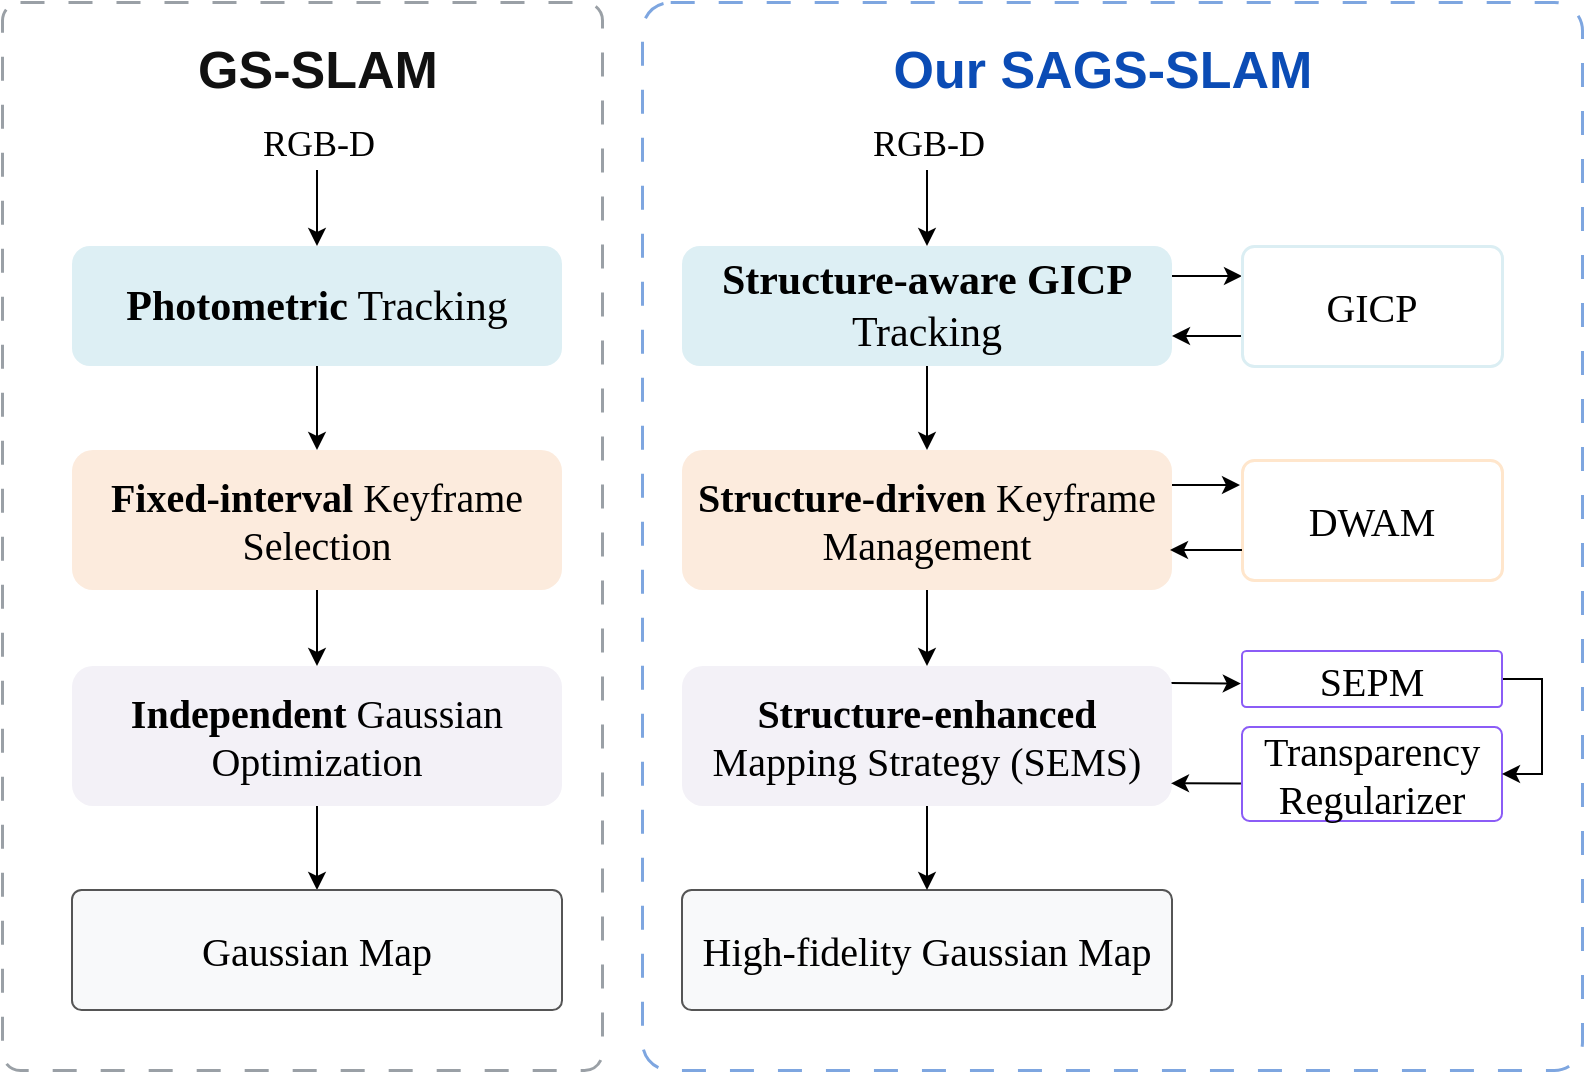
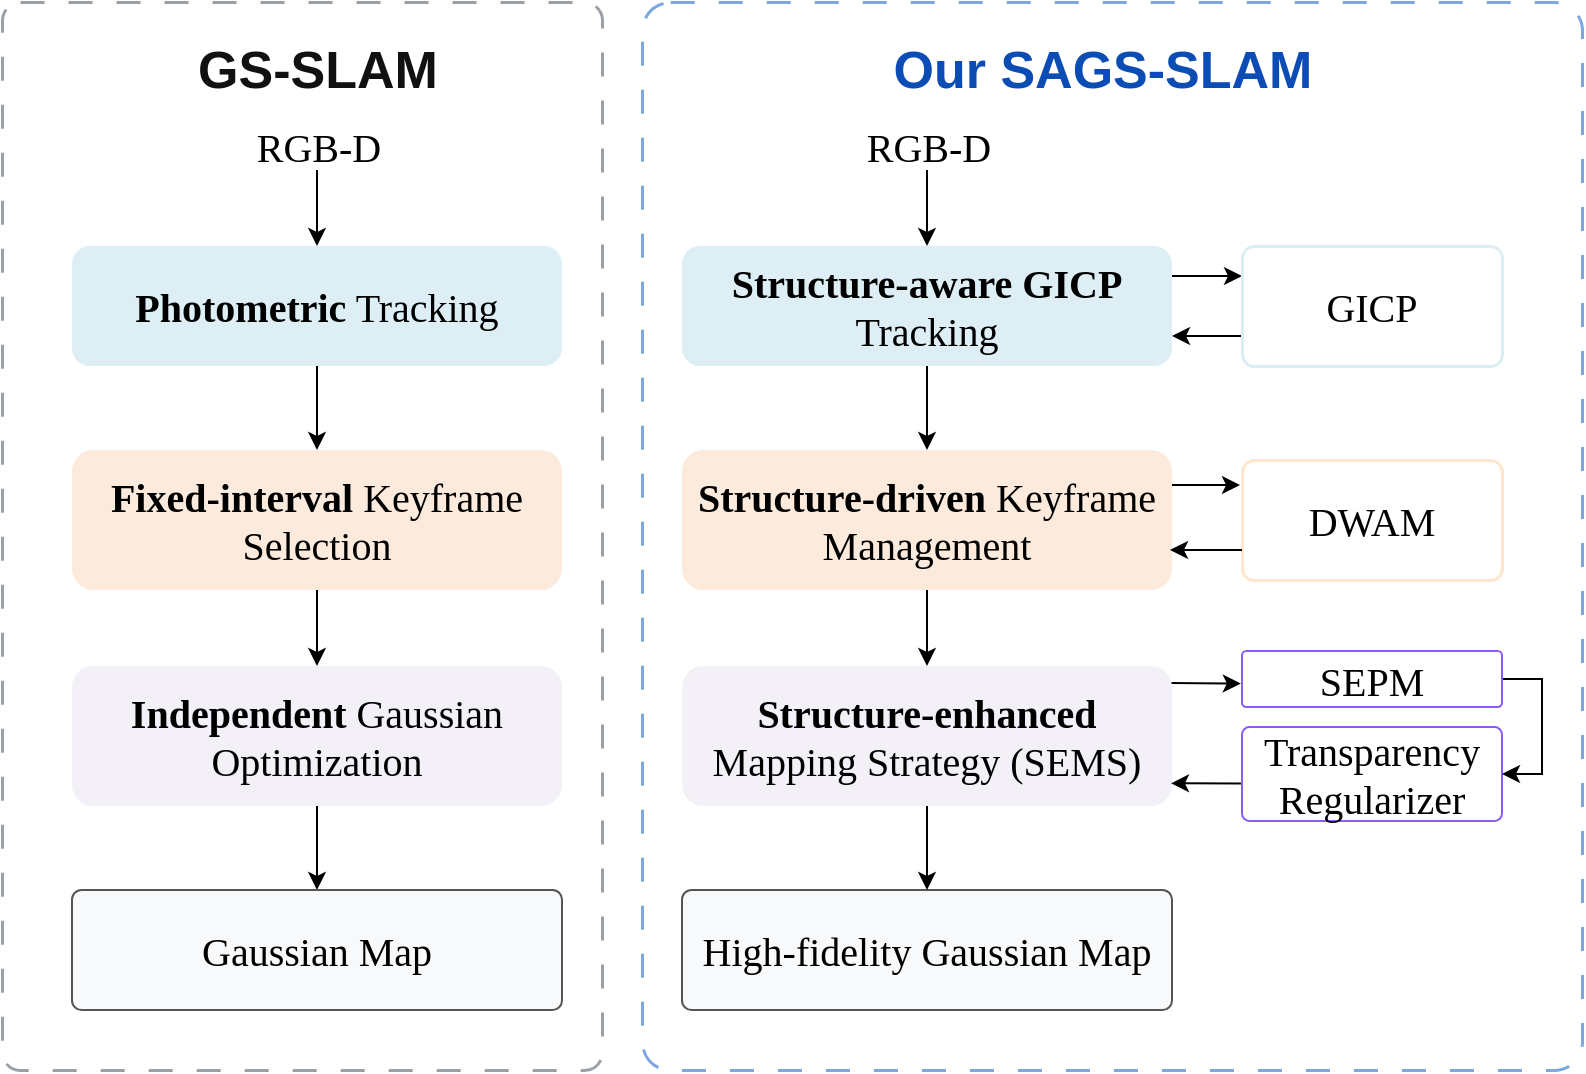
<mxfile host="app.diagrams.net" agent="ChatGPT">
  <diagram id="sags-slam-clean" name="SAGS-SLAM comparison">
-     <mxGraphModel dx="1201" dy="701" grid="1" gridSize="10" guides="1" tooltips="1" connect="1" arrows="1" fold="1" page="1" pageScale="1" pageWidth="1500" pageHeight="820" math="0" shadow="0">
+     <mxGraphModel dx="1413" dy="825" grid="1" gridSize="10" guides="1" tooltips="1" connect="1" arrows="1" fold="1" page="1" pageScale="1" pageWidth="1500" pageHeight="820" math="0" shadow="0">
      <root>
        <mxCell id="0" />
        <mxCell id="1" parent="0" />
        <mxCell id="NtAUvYZPElV6CXHO8smb-39" parent="1" style="rounded=1;whiteSpace=wrap;html=1;fillColor=#ffffff;strokeColor=#7EA6E0;strokeWidth=1.5;arcSize=3;dashed=1;dashPattern=8 8;" value="" vertex="1">
          <mxGeometry height="534" width="470" x="700" y="120" as="geometry" />
        </mxCell>
        <mxCell id="NtAUvYZPElV6CXHO8smb-38" parent="1" style="rounded=1;whiteSpace=wrap;html=1;fillColor=#ffffff;strokeColor=#9aa0a6;strokeWidth=1.5;arcSize=3;dashed=1;dashPattern=8 8;" value="" vertex="1">
          <mxGeometry height="534" width="300" x="380" y="120" as="geometry" />
        </mxCell>
        <mxCell id="dwam" parent="1" style="rounded=1;whiteSpace=wrap;html=1;fillColor=default;strokeColor=light-dark(#FFE6CC,#FFE6CC);strokeWidth=1.5;fontSize=20;fontStyle=0;fontColor=light-dark(#000000, #52ae74);arcSize=10;fontFamily=Times New Roman;" value="&lt;font&gt;DWAM&lt;/font&gt;" vertex="1">
          <mxGeometry height="60" width="130" x="1000" y="349" as="geometry" />
        </mxCell>
-         <mxCell id="NtAUvYZPElV6CXHO8smb-23" edge="1" parent="1" source="v7h4h7ojU7Engd1S7404-5" style="edgeStyle=orthogonalEdgeStyle;rounded=0;orthogonalLoop=1;jettySize=auto;html=1;exitX=0.5;exitY=1;exitDx=0;exitDy=0;" target="v7h4h7ojU7Engd1S7404-8">
+         <mxCell id="NtAUvYZPElV6CXHO8smb-23" edge="1" parent="1" source="v7h4h7ojU7Engd1S7404-5" style="edgeStyle=orthogonalEdgeStyle;rounded=0;orthogonalLoop=1;jettySize=auto;html=1;exitX=0.5;exitY=1;exitDx=0;exitDy=0;fontSize=20;" target="v7h4h7ojU7Engd1S7404-8">
          <mxGeometry relative="1" as="geometry" />
        </mxCell>
-         <mxCell id="v7h4h7ojU7Engd1S7404-5" parent="1" style="text;html=1;strokeColor=none;fillColor=none;align=center;fontSize=18;fontFamily=Times New Roman;" value="RGB-D" vertex="1">
+         <mxCell id="v7h4h7ojU7Engd1S7404-5" parent="1" style="text;html=1;strokeColor=none;fillColor=none;align=center;fontSize=20;fontFamily=Times New Roman;" value="RGB-D" vertex="1">
          <mxGeometry height="30" width="70" x="502.5" y="174" as="geometry" />
        </mxCell>
-         <mxCell id="NtAUvYZPElV6CXHO8smb-20" edge="1" parent="1" source="v7h4h7ojU7Engd1S7404-8" style="edgeStyle=orthogonalEdgeStyle;rounded=0;orthogonalLoop=1;jettySize=auto;html=1;exitX=0.5;exitY=1;exitDx=0;exitDy=0;" target="v7h4h7ojU7Engd1S7404-9">
+         <mxCell id="NtAUvYZPElV6CXHO8smb-20" edge="1" parent="1" source="v7h4h7ojU7Engd1S7404-8" style="edgeStyle=orthogonalEdgeStyle;rounded=0;orthogonalLoop=1;jettySize=auto;html=1;exitX=0.5;exitY=1;exitDx=0;exitDy=0;fontSize=20;" target="v7h4h7ojU7Engd1S7404-9">
          <mxGeometry relative="1" as="geometry" />
        </mxCell>
-         <mxCell id="v7h4h7ojU7Engd1S7404-8" parent="1" style="rounded=1;whiteSpace=wrap;html=1;fillColor=#DDEFF4;strokeColor=none;fontSize=21;fontFamily=Times New Roman;arcSize=15;" value="&lt;b&gt;Photometric&lt;/b&gt; Tracking" vertex="1">
+         <mxCell id="v7h4h7ojU7Engd1S7404-8" parent="1" style="rounded=1;whiteSpace=wrap;html=1;fillColor=#DDEFF4;strokeColor=none;fontSize=20;fontFamily=Times New Roman;arcSize=15;" value="&lt;b&gt;Photometric&lt;/b&gt; Tracking" vertex="1">
          <mxGeometry height="60" width="245" x="415" y="242" as="geometry" />
        </mxCell>
-         <mxCell id="NtAUvYZPElV6CXHO8smb-21" edge="1" parent="1" source="v7h4h7ojU7Engd1S7404-9" style="edgeStyle=orthogonalEdgeStyle;rounded=0;orthogonalLoop=1;jettySize=auto;html=1;exitX=0.5;exitY=1;exitDx=0;exitDy=0;entryX=0.5;entryY=0;entryDx=0;entryDy=0;" target="v7h4h7ojU7Engd1S7404-10">
+         <mxCell id="NtAUvYZPElV6CXHO8smb-21" edge="1" parent="1" source="v7h4h7ojU7Engd1S7404-9" style="edgeStyle=orthogonalEdgeStyle;rounded=0;orthogonalLoop=1;jettySize=auto;html=1;exitX=0.5;exitY=1;exitDx=0;exitDy=0;entryX=0.5;entryY=0;entryDx=0;entryDy=0;fontSize=20;" target="v7h4h7ojU7Engd1S7404-10">
          <mxGeometry relative="1" as="geometry" />
        </mxCell>
        <mxCell id="v7h4h7ojU7Engd1S7404-9" parent="1" style="rounded=1;whiteSpace=wrap;html=1;fillColor=light-dark(#FCEBDD,#F0FFF4);strokeColor=none;fontSize=20;fontFamily=Times New Roman;arcSize=15;" value="&lt;b&gt;Fixed-interval&lt;/b&gt; Keyframe&lt;br&gt;Selection" vertex="1">
          <mxGeometry height="70" width="245" x="415" y="344" as="geometry" />
        </mxCell>
-         <mxCell id="NtAUvYZPElV6CXHO8smb-22" edge="1" parent="1" source="v7h4h7ojU7Engd1S7404-10" style="edgeStyle=orthogonalEdgeStyle;rounded=0;orthogonalLoop=1;jettySize=auto;html=1;exitX=0.5;exitY=1;exitDx=0;exitDy=0;entryX=0.5;entryY=0;entryDx=0;entryDy=0;" target="NtAUvYZPElV6CXHO8smb-1">
+         <mxCell id="NtAUvYZPElV6CXHO8smb-22" edge="1" parent="1" source="v7h4h7ojU7Engd1S7404-10" style="edgeStyle=orthogonalEdgeStyle;rounded=0;orthogonalLoop=1;jettySize=auto;html=1;exitX=0.5;exitY=1;exitDx=0;exitDy=0;entryX=0.5;entryY=0;entryDx=0;entryDy=0;fontSize=20;" target="NtAUvYZPElV6CXHO8smb-1">
          <mxGeometry relative="1" as="geometry" />
        </mxCell>
        <mxCell id="v7h4h7ojU7Engd1S7404-10" parent="1" style="rounded=1;whiteSpace=wrap;html=1;fillColor=#F3F1F7;strokeColor=none;fontSize=20;fontFamily=Times New Roman;arcSize=15;" value="&lt;b&gt;Independent&lt;/b&gt; Gaussian&lt;br&gt;Optimization" vertex="1">
          <mxGeometry height="70" width="245" x="415" y="452" as="geometry" />
        </mxCell>
        <mxCell id="NtAUvYZPElV6CXHO8smb-1" parent="1" style="rounded=1;whiteSpace=wrap;html=1;fillColor=#f8f9fa;strokeColor=#555555;fontSize=20;fontStyle=0;arcSize=8;fontFamily=Times New Roman;" value="Gaussian Map" vertex="1">
          <mxGeometry height="60" width="245" x="415" y="564" as="geometry" />
        </mxCell>
        <mxCell id="NtAUvYZPElV6CXHO8smb-2" parent="1" style="rounded=1;whiteSpace=wrap;html=1;fillColor=#f8f9fa;strokeColor=#555555;fontSize=20;fontStyle=0;arcSize=8;fontFamily=Times New Roman;" value="&lt;font&gt;High-fidelity Gaussian Map&lt;/font&gt;" vertex="1">
          <mxGeometry height="60" width="245" x="720" y="564" as="geometry" />
        </mxCell>
-         <mxCell id="NtAUvYZPElV6CXHO8smb-25" edge="1" parent="1" source="NtAUvYZPElV6CXHO8smb-3" style="edgeStyle=orthogonalEdgeStyle;rounded=0;orthogonalLoop=1;jettySize=auto;html=1;entryX=0.5;entryY=0;entryDx=0;entryDy=0;" target="NtAUvYZPElV6CXHO8smb-4">
+         <mxCell id="NtAUvYZPElV6CXHO8smb-25" edge="1" parent="1" source="NtAUvYZPElV6CXHO8smb-3" style="edgeStyle=orthogonalEdgeStyle;rounded=0;orthogonalLoop=1;jettySize=auto;html=1;entryX=0.5;entryY=0;entryDx=0;entryDy=0;fontSize=20;" target="NtAUvYZPElV6CXHO8smb-4">
          <mxGeometry relative="1" as="geometry" />
        </mxCell>
-         <mxCell id="NtAUvYZPElV6CXHO8smb-28" edge="1" parent="1" source="NtAUvYZPElV6CXHO8smb-3" style="edgeStyle=orthogonalEdgeStyle;rounded=0;orthogonalLoop=1;jettySize=auto;html=1;exitX=1;exitY=0.25;exitDx=0;exitDy=0;entryX=0;entryY=0.25;entryDx=0;entryDy=0;" target="NtAUvYZPElV6CXHO8smb-18">
+         <mxCell id="NtAUvYZPElV6CXHO8smb-28" edge="1" parent="1" source="NtAUvYZPElV6CXHO8smb-3" style="edgeStyle=orthogonalEdgeStyle;rounded=0;orthogonalLoop=1;jettySize=auto;html=1;exitX=1;exitY=0.25;exitDx=0;exitDy=0;entryX=0;entryY=0.25;entryDx=0;entryDy=0;fontSize=20;" target="NtAUvYZPElV6CXHO8smb-18">
          <mxGeometry relative="1" as="geometry" />
        </mxCell>
-         <mxCell id="NtAUvYZPElV6CXHO8smb-3" parent="1" style="rounded=1;whiteSpace=wrap;html=1;fillColor=#DDEFF4;strokeColor=none;fontSize=21;fontFamily=Times New Roman;arcSize=15;" value="&lt;b&gt;Structure-aware GICP &lt;/b&gt;Tracking" vertex="1">
+         <mxCell id="NtAUvYZPElV6CXHO8smb-3" parent="1" style="rounded=1;whiteSpace=wrap;html=1;fillColor=#DDEFF4;strokeColor=none;fontSize=20;fontFamily=Times New Roman;arcSize=15;" value="&lt;b&gt;Structure-aware GICP &lt;/b&gt;Tracking" vertex="1">
          <mxGeometry height="60" width="245" x="720" y="242" as="geometry" />
        </mxCell>
-         <mxCell id="NtAUvYZPElV6CXHO8smb-26" edge="1" parent="1" source="NtAUvYZPElV6CXHO8smb-4" style="edgeStyle=orthogonalEdgeStyle;rounded=0;orthogonalLoop=1;jettySize=auto;html=1;exitX=0.5;exitY=1;exitDx=0;exitDy=0;entryX=0.5;entryY=0;entryDx=0;entryDy=0;" target="NtAUvYZPElV6CXHO8smb-5">
+         <mxCell id="NtAUvYZPElV6CXHO8smb-26" edge="1" parent="1" source="NtAUvYZPElV6CXHO8smb-4" style="edgeStyle=orthogonalEdgeStyle;rounded=0;orthogonalLoop=1;jettySize=auto;html=1;exitX=0.5;exitY=1;exitDx=0;exitDy=0;entryX=0.5;entryY=0;entryDx=0;entryDy=0;fontSize=20;" target="NtAUvYZPElV6CXHO8smb-5">
          <mxGeometry relative="1" as="geometry" />
        </mxCell>
        <mxCell id="NtAUvYZPElV6CXHO8smb-4" parent="1" style="rounded=1;whiteSpace=wrap;html=1;fillColor=light-dark(#FCEBDD,#F0FFF4);strokeColor=none;fontSize=20;fontFamily=Times New Roman;arcSize=15;" value="&lt;b&gt;Structure-driven&lt;/b&gt; Keyframe Management" vertex="1">
          <mxGeometry height="70" width="245" x="720" y="344" as="geometry" />
        </mxCell>
-         <mxCell id="NtAUvYZPElV6CXHO8smb-27" edge="1" parent="1" source="NtAUvYZPElV6CXHO8smb-5" style="edgeStyle=orthogonalEdgeStyle;rounded=0;orthogonalLoop=1;jettySize=auto;html=1;exitX=0.5;exitY=1;exitDx=0;exitDy=0;entryX=0.5;entryY=0;entryDx=0;entryDy=0;" target="NtAUvYZPElV6CXHO8smb-2">
+         <mxCell id="NtAUvYZPElV6CXHO8smb-27" edge="1" parent="1" source="NtAUvYZPElV6CXHO8smb-5" style="edgeStyle=orthogonalEdgeStyle;rounded=0;orthogonalLoop=1;jettySize=auto;html=1;exitX=0.5;exitY=1;exitDx=0;exitDy=0;entryX=0.5;entryY=0;entryDx=0;entryDy=0;fontSize=20;" target="NtAUvYZPElV6CXHO8smb-2">
          <mxGeometry relative="1" as="geometry" />
        </mxCell>
-         <mxCell id="6HYFHfCOhZzjVYYzOV9W-1" edge="1" parent="1" source="NtAUvYZPElV6CXHO8smb-5" style="edgeStyle=orthogonalEdgeStyle;rounded=0;orthogonalLoop=1;jettySize=auto;html=1;exitX=0.997;exitY=0.122;exitDx=0;exitDy=0;entryX=-0.005;entryY=0.581;entryDx=0;entryDy=0;exitPerimeter=0;entryPerimeter=0;" target="NtAUvYZPElV6CXHO8smb-15">
+         <mxCell id="6HYFHfCOhZzjVYYzOV9W-1" edge="1" parent="1" source="NtAUvYZPElV6CXHO8smb-5" style="edgeStyle=orthogonalEdgeStyle;rounded=0;orthogonalLoop=1;jettySize=auto;html=1;exitX=0.997;exitY=0.122;exitDx=0;exitDy=0;entryX=-0.005;entryY=0.581;entryDx=0;entryDy=0;exitPerimeter=0;entryPerimeter=0;fontSize=20;" target="NtAUvYZPElV6CXHO8smb-15">
          <mxGeometry relative="1" as="geometry">
            <Array as="points">
              <mxPoint x="999" y="461" />
            </Array>
          </mxGeometry>
        </mxCell>
        <mxCell id="NtAUvYZPElV6CXHO8smb-5" parent="1" style="rounded=1;whiteSpace=wrap;html=1;fillColor=#F3F1F7;strokeColor=none;fontSize=20;fontFamily=Times New Roman;arcSize=15;" value="&lt;b&gt;Structure-enhanced&lt;/b&gt; Mapping Strategy (SEMS)" vertex="1">
          <mxGeometry height="70" width="245" x="720" y="452" as="geometry" />
        </mxCell>
-         <mxCell id="6HYFHfCOhZzjVYYzOV9W-3" edge="1" parent="1" source="NtAUvYZPElV6CXHO8smb-9" style="edgeStyle=orthogonalEdgeStyle;rounded=0;orthogonalLoop=1;jettySize=auto;html=1;exitX=-0.004;exitY=0.6;exitDx=0;exitDy=0;entryX=0.998;entryY=0.838;entryDx=0;entryDy=0;entryPerimeter=0;exitPerimeter=0;" target="NtAUvYZPElV6CXHO8smb-5">
+         <mxCell id="6HYFHfCOhZzjVYYzOV9W-3" edge="1" parent="1" source="NtAUvYZPElV6CXHO8smb-9" style="edgeStyle=orthogonalEdgeStyle;rounded=0;orthogonalLoop=1;jettySize=auto;html=1;exitX=-0.004;exitY=0.6;exitDx=0;exitDy=0;entryX=0.998;entryY=0.838;entryDx=0;entryDy=0;entryPerimeter=0;exitPerimeter=0;fontSize=20;" target="NtAUvYZPElV6CXHO8smb-5">
          <mxGeometry relative="1" as="geometry">
            <Array as="points" />
          </mxGeometry>
        </mxCell>
        <mxCell id="NtAUvYZPElV6CXHO8smb-9" parent="1" style="rounded=1;whiteSpace=wrap;html=1;fillColor=#ffffff;strokeColor=#8b5cf6;fontSize=20;fontStyle=0;arcSize=8;fontFamily=Times New Roman;" value="Transparency&#xa;Regularizer" vertex="1">
          <mxGeometry height="47" width="130" x="1000" y="482.5" as="geometry" />
        </mxCell>
        <mxCell id="6HYFHfCOhZzjVYYzOV9W-2" edge="1" parent="1" source="NtAUvYZPElV6CXHO8smb-15" style="edgeStyle=orthogonalEdgeStyle;rounded=0;orthogonalLoop=1;jettySize=auto;html=1;exitX=1;exitY=0.5;exitDx=0;exitDy=0;entryX=1;entryY=0.5;entryDx=0;entryDy=0;fontSize=20;" target="NtAUvYZPElV6CXHO8smb-9">
          <mxGeometry relative="1" as="geometry" />
        </mxCell>
        <mxCell id="NtAUvYZPElV6CXHO8smb-15" parent="1" style="rounded=1;whiteSpace=wrap;html=1;fillColor=#ffffff;strokeColor=#8b5cf6;fontSize=20;fontStyle=0;arcSize=8;fontFamily=Times New Roman;" value="SEPM" vertex="1">
          <mxGeometry height="28" width="130" x="1000" y="444.5" as="geometry" />
        </mxCell>
-         <mxCell id="NtAUvYZPElV6CXHO8smb-29" edge="1" parent="1" source="NtAUvYZPElV6CXHO8smb-18" style="edgeStyle=orthogonalEdgeStyle;rounded=0;orthogonalLoop=1;jettySize=auto;html=1;exitX=0;exitY=0.75;exitDx=0;exitDy=0;entryX=1;entryY=0.75;entryDx=0;entryDy=0;" target="NtAUvYZPElV6CXHO8smb-3">
+         <mxCell id="NtAUvYZPElV6CXHO8smb-29" edge="1" parent="1" source="NtAUvYZPElV6CXHO8smb-18" style="edgeStyle=orthogonalEdgeStyle;rounded=0;orthogonalLoop=1;jettySize=auto;html=1;exitX=0;exitY=0.75;exitDx=0;exitDy=0;entryX=1;entryY=0.75;entryDx=0;entryDy=0;fontSize=20;" target="NtAUvYZPElV6CXHO8smb-3">
          <mxGeometry relative="1" as="geometry" />
        </mxCell>
        <mxCell id="NtAUvYZPElV6CXHO8smb-18" parent="1" style="rounded=1;whiteSpace=wrap;html=1;fillColor=default;strokeColor=light-dark(#DBEEF3,#DBEEF3);strokeWidth=1.5;fontSize=20;fontStyle=0;fontColor=light-dark(#000000, #52ae74);arcSize=10;fontFamily=Times New Roman;" value="GICP" vertex="1">
          <mxGeometry height="60" width="130" x="1000" y="242" as="geometry" />
        </mxCell>
-         <mxCell id="NtAUvYZPElV6CXHO8smb-24" edge="1" parent="1" source="NtAUvYZPElV6CXHO8smb-19" style="edgeStyle=orthogonalEdgeStyle;rounded=0;orthogonalLoop=1;jettySize=auto;html=1;exitX=0.5;exitY=1;exitDx=0;exitDy=0;entryX=0.5;entryY=0;entryDx=0;entryDy=0;" target="NtAUvYZPElV6CXHO8smb-3">
+         <mxCell id="NtAUvYZPElV6CXHO8smb-24" edge="1" parent="1" source="NtAUvYZPElV6CXHO8smb-19" style="edgeStyle=orthogonalEdgeStyle;rounded=0;orthogonalLoop=1;jettySize=auto;html=1;exitX=0.5;exitY=1;exitDx=0;exitDy=0;entryX=0.5;entryY=0;entryDx=0;entryDy=0;fontSize=20;" target="NtAUvYZPElV6CXHO8smb-3">
          <mxGeometry relative="1" as="geometry" />
        </mxCell>
-         <mxCell id="NtAUvYZPElV6CXHO8smb-19" parent="1" style="text;html=1;strokeColor=none;fillColor=none;align=center;fontSize=18;fontFamily=Times New Roman;" value="RGB-D" vertex="1">
+         <mxCell id="NtAUvYZPElV6CXHO8smb-19" parent="1" style="text;html=1;strokeColor=none;fillColor=none;align=center;fontSize=20;fontFamily=Times New Roman;" value="RGB-D" vertex="1">
          <mxGeometry height="30" width="70" x="807.5" y="174" as="geometry" />
        </mxCell>
-         <mxCell id="NtAUvYZPElV6CXHO8smb-30" edge="1" parent="1" source="NtAUvYZPElV6CXHO8smb-4" style="edgeStyle=orthogonalEdgeStyle;rounded=0;orthogonalLoop=1;jettySize=auto;html=1;exitX=1;exitY=0.25;exitDx=0;exitDy=0;entryX=-0.008;entryY=0.213;entryDx=0;entryDy=0;entryPerimeter=0;" target="dwam">
+         <mxCell id="NtAUvYZPElV6CXHO8smb-30" edge="1" parent="1" source="NtAUvYZPElV6CXHO8smb-4" style="edgeStyle=orthogonalEdgeStyle;rounded=0;orthogonalLoop=1;jettySize=auto;html=1;exitX=1;exitY=0.25;exitDx=0;exitDy=0;entryX=-0.008;entryY=0.213;entryDx=0;entryDy=0;entryPerimeter=0;fontSize=20;" target="dwam">
          <mxGeometry relative="1" as="geometry" />
        </mxCell>
-         <mxCell id="NtAUvYZPElV6CXHO8smb-31" edge="1" parent="1" source="dwam" style="edgeStyle=orthogonalEdgeStyle;rounded=0;orthogonalLoop=1;jettySize=auto;html=1;exitX=0;exitY=0.75;exitDx=0;exitDy=0;">
+         <mxCell id="NtAUvYZPElV6CXHO8smb-31" edge="1" parent="1" source="dwam" style="edgeStyle=orthogonalEdgeStyle;rounded=0;orthogonalLoop=1;jettySize=auto;html=1;exitX=0;exitY=0.75;exitDx=0;exitDy=0;fontSize=20;">
          <mxGeometry relative="1" as="geometry">
            <mxPoint x="964" y="394" as="targetPoint" />
          </mxGeometry>
        </mxCell>
        <mxCell id="NtAUvYZPElV6CXHO8smb-36" parent="1" style="text;html=1;strokeColor=none;fillColor=none;align=center;verticalAlign=middle;whiteSpace=wrap;rounded=0;fontSize=26;fontStyle=1;fontColor=#111111;" value="GS-SLAM" vertex="1">
          <mxGeometry height="40" width="200" x="437.5" y="134" as="geometry" />
        </mxCell>
        <mxCell id="NtAUvYZPElV6CXHO8smb-37" parent="1" style="text;html=1;strokeColor=none;fillColor=none;align=center;verticalAlign=middle;whiteSpace=wrap;rounded=0;fontSize=26;fontStyle=1;fontColor=#0b4cb5;" value="Our SAGS-SLAM" vertex="1">
          <mxGeometry height="40" width="232.5" x="813.75" y="134" as="geometry" />
        </mxCell>
      </root>
    </mxGraphModel>
  </diagram>
</mxfile>
